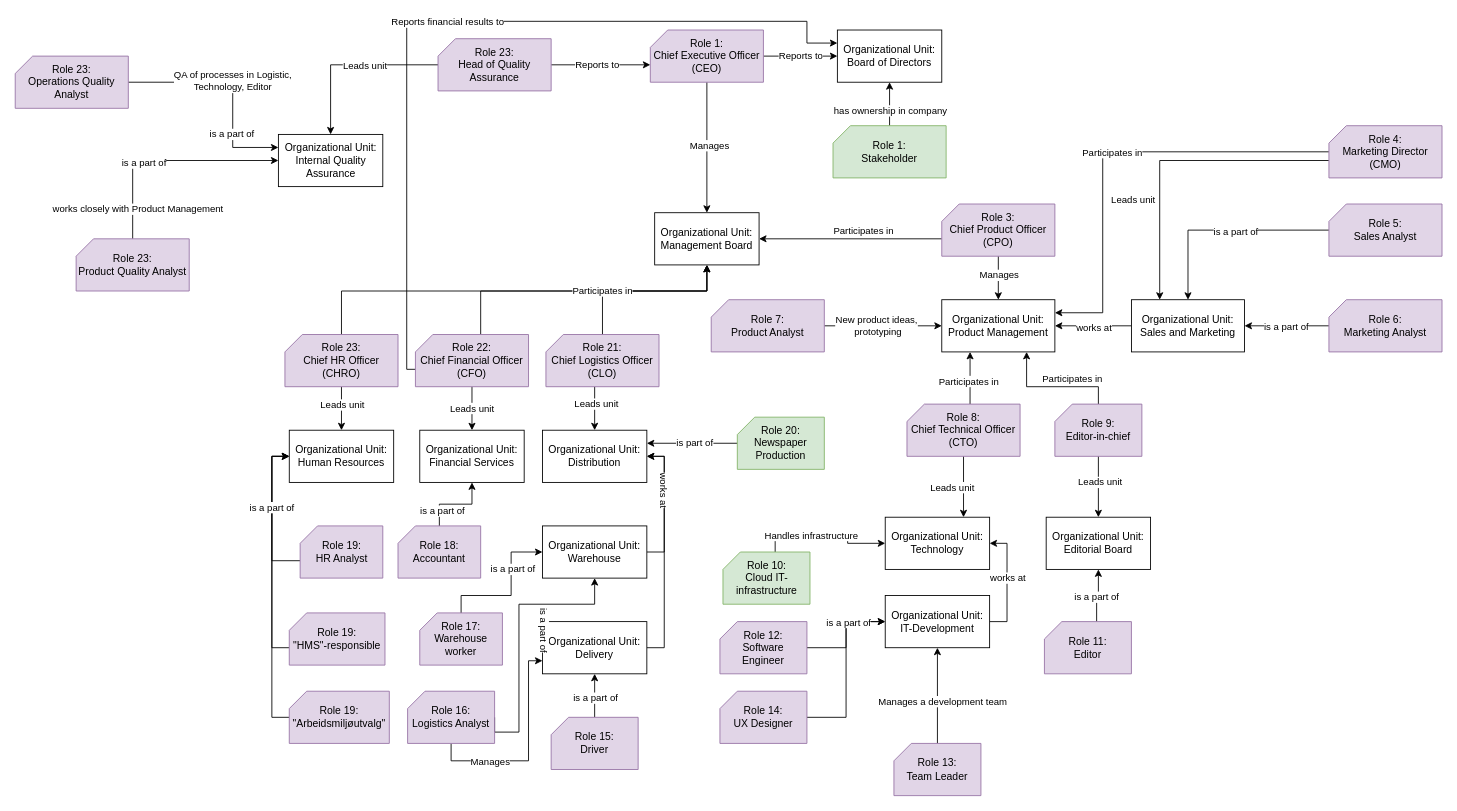
Above: TS_role_actors_models.drawio in gullskatten/TS-models-4em-archi (draw.io), before the change. Source tidied: cells renumbered, new cells numbered last; positions are measured from the earlier drawing's top-left corner, leaving out a move shared by most shapes. Both pictures are drawn from the tidied source at 87%, with x=0, y=0 at pixel (15, 21).
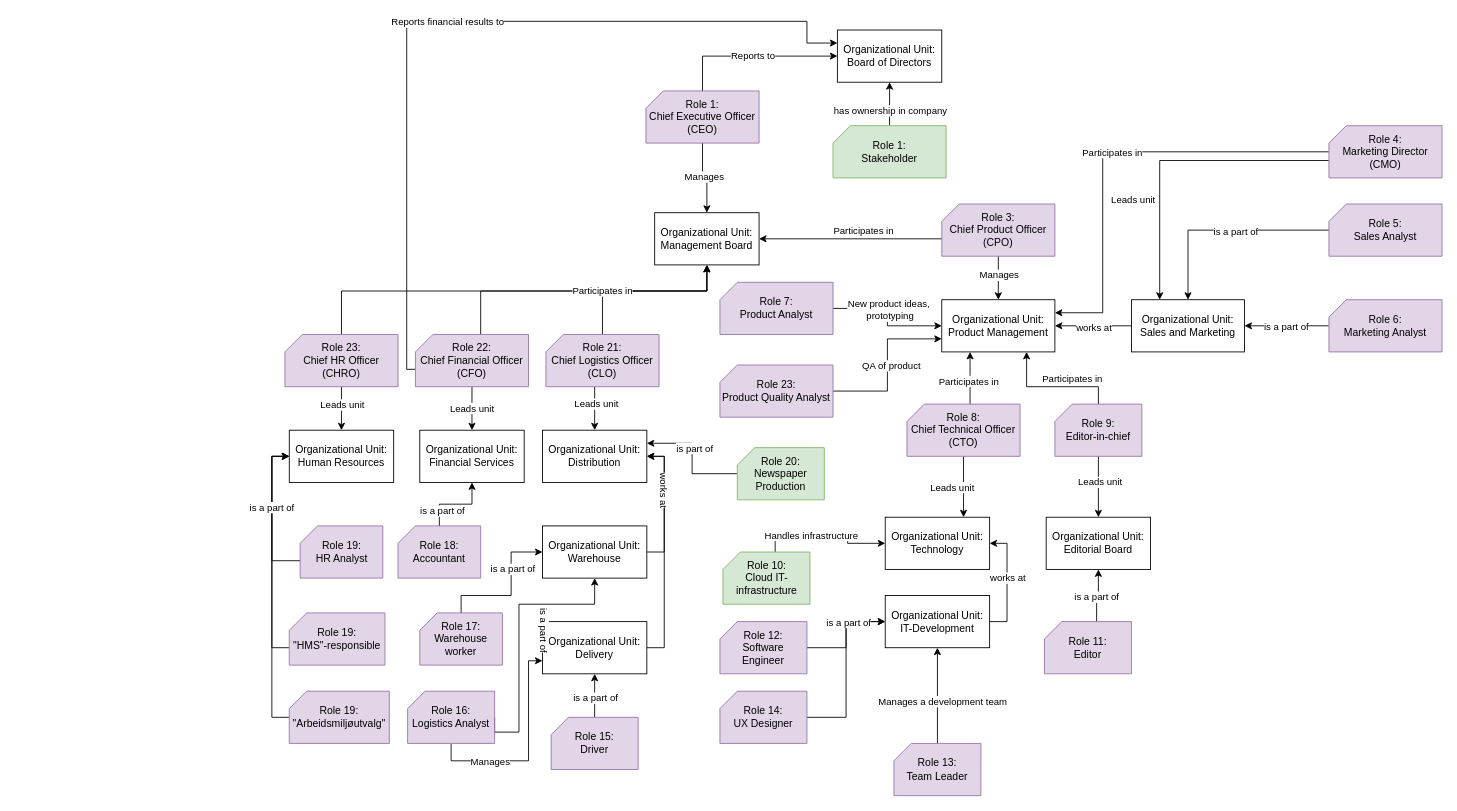
After the change.

The change refers to these unchanged cells:
```xml
<mxCell id="47" style="edgeStyle=orthogonalEdgeStyle;rounded=0;jettySize=auto;html=1;entryX=1;entryY=0.25;entryDx=0;entryDy=0;" parent="1" edge="1" source="49" target="27">
  <mxGeometry relative="1" as="geometry" />
</mxCell>
<mxCell id="61" value="Organizational Unit:&lt;br&gt;Product Management" style="rounded=0;whiteSpace=wrap;html=1;" parent="1" vertex="1">
  <mxGeometry x="1065" y="320" width="130" height="60" as="geometry" />
</mxCell>
<mxCell id="103" value="Organizational Unit:&lt;br&gt;Board of Directors" style="rounded=0;whiteSpace=wrap;html=1;" parent="1" vertex="1">
  <mxGeometry x="945" y="10" width="120" height="60" as="geometry" />
</mxCell>
```

The edit, as a diff of the source:
```diff
@@
     <mxCell id="13" value="Reports to" style="edgeStyle=orthogonalEdgeStyle;rounded=0;jettySize=auto;html=1;entryX=0;entryY=0.5;entryDx=0;entryDy=0;" parent="1" edge="1" source="14" target="103">
-      <mxGeometry relative="1" as="geometry" />
+      <mxGeometry relative="1" as="geometry">
+        <Array as="points">
+          <mxPoint x="790" y="40" />
+        </Array>
+      </mxGeometry>
     </mxCell>
     <mxCell id="14" value="Role 1:&lt;br&gt;Chief Executive Officer (CEO)" style="verticalLabelPosition=middle;verticalAlign=middle;html=1;shape=card;whiteSpace=wrap;size=20;arcSize=12;fillColor=#e1d5e7;strokeColor=#9673a6;labelPosition=center;align=center;" parent="1" vertex="1">
-      <mxGeometry x="730" y="10" width="130" height="60" as="geometry" />
+      <mxGeometry x="725" y="80" width="130" height="60" as="geometry" />
     </mxCell>
@@
     <mxCell id="48" value="is part of" style="edgeLabel;html=1;align=center;verticalAlign=middle;" parent="47" vertex="1">
       <mxGeometry x="0.23" y="-3" relative="1" as="geometry">
-        <mxPoint x="14" y="2" as="offset" />
+        <mxPoint x="-1" y="3" as="offset" />
       </mxGeometry>
     </mxCell>
     <mxCell id="49" value="Role 20:&lt;br&gt;Newspaper Production" style="verticalLabelPosition=middle;verticalAlign=middle;html=1;shape=card;whiteSpace=wrap;size=20;arcSize=12;fillColor=#d5e8d4;strokeColor=#82b366;labelPosition=center;align=center;" parent="1" vertex="1">
-      <mxGeometry x="830" y="455" width="100" height="60" as="geometry" />
+      <mxGeometry x="830" y="490" width="100" height="60" as="geometry" />
     </mxCell>
@@
     <mxCell id="64" value="Role 7:&lt;br&gt;Product Analyst" style="verticalLabelPosition=middle;verticalAlign=middle;html=1;shape=card;whiteSpace=wrap;size=20;arcSize=12;fillColor=#e1d5e7;strokeColor=#9673a6;labelPosition=center;align=center;" parent="1" vertex="1">
-      <mxGeometry x="800" y="320" width="130" height="60" as="geometry" />
+      <mxGeometry x="810" y="300" width="130" height="60" as="geometry" />
     </mxCell>
@@
-    <mxCell id="104" style="edgeStyle=orthogonalEdgeStyle;rounded=0;jettySize=auto;html=1;entryX=0;entryY=0;entryDx=0;entryDy=40;entryPerimeter=0;exitX=1;exitY=0.5;exitDx=0;exitDy=0;exitPerimeter=0;" parent="1" edge="1" source="122" target="14">
-      <mxGeometry relative="1" as="geometry" />
-    </mxCell>
-    <mxCell id="105" value="Reports to" style="edgeLabel;html=1;align=center;verticalAlign=middle;" parent="104" vertex="1">
-      <mxGeometry x="-0.09" y="1" relative="1" as="geometry" />
-    </mxCell>
-    <mxCell id="106" value="Organizational Unit:&lt;br&gt;Internal Quality Assurance" style="rounded=0;whiteSpace=wrap;html=1;" parent="1" vertex="1">
-      <mxGeometry x="302.5" y="130" width="120" height="60" as="geometry" />
-    </mxCell>
@@
-    <mxCell id="112" style="edgeStyle=orthogonalEdgeStyle;rounded=0;jettySize=auto;html=1;entryX=0;entryY=0.5;entryDx=0;entryDy=0;exitX=0.5;exitY=0;exitDx=0;exitDy=0;exitPerimeter=0;" parent="1" edge="1" source="115" target="106">
-      <mxGeometry relative="1" as="geometry">
-        <Array as="points">
-          <mxPoint x="135" y="160" />
-        </Array>
-      </mxGeometry>
-    </mxCell>
-    <mxCell id="113" value="works closely with Product Management" style="edgeLabel;html=1;align=center;verticalAlign=middle;" parent="112" vertex="1">
-      <mxGeometry x="-0.72" y="-5" relative="1" as="geometry">
-        <mxPoint y="1.2" as="offset" />
-      </mxGeometry>
-    </mxCell>
-    <mxCell id="114" value="is a part of" style="edgeLabel;html=1;align=center;verticalAlign=middle;" parent="112" vertex="1">
-      <mxGeometry x="-0.32" y="-12" relative="1" as="geometry" />
-    </mxCell>
+    <mxCell id="123" style="edgeStyle=orthogonalEdgeStyle;rounded=0;jettySize=auto;html=1;entryX=0;entryY=0.75;entryDx=0;entryDy=0;" parent="1" edge="1" source="115" target="61">
+      <mxGeometry relative="1" as="geometry" />
+    </mxCell>
+    <mxCell id="124" value="QA of product" style="edgeLabel;html=1;align=center;verticalAlign=middle;" parent="123" vertex="1">
+      <mxGeometry x="-0.01" y="-4" relative="1" as="geometry" />
+    </mxCell>
     <mxCell id="115" value="Role 23:&lt;br&gt;Product Quality Analyst" style="verticalLabelPosition=middle;verticalAlign=middle;html=1;shape=card;whiteSpace=wrap;size=20;arcSize=12;fillColor=#e1d5e7;strokeColor=#9673a6;labelPosition=center;align=center;" parent="1" vertex="1">
-      <mxGeometry x="70" y="250" width="130" height="60" as="geometry" />
+      <mxGeometry x="810" y="395" width="130" height="60" as="geometry" />
     </mxCell>
-    <mxCell id="116" style="edgeStyle=orthogonalEdgeStyle;rounded=0;jettySize=auto;html=1;entryX=0;entryY=0.25;entryDx=0;entryDy=0;exitX=1;exitY=0.5;exitDx=0;exitDy=0;exitPerimeter=0;" parent="1" edge="1" source="119" target="106">
-      <mxGeometry relative="1" as="geometry">
-        <Array as="points">
-          <mxPoint x="250" y="70" />
-          <mxPoint x="250" y="145" />
-        </Array>
-      </mxGeometry>
-    </mxCell>
-    <mxCell id="117" value="is a part of" style="edgeLabel;html=1;align=center;verticalAlign=middle;" parent="116" vertex="1">
-      <mxGeometry x="0.45" y="-2" relative="1" as="geometry" />
-    </mxCell>
-    <mxCell id="118" value="QA of processes in Logistic, &lt;br&gt;Technology, Editor" style="edgeLabel;html=1;align=center;verticalAlign=middle;" parent="116" vertex="1">
-      <mxGeometry x="-0.32" y="2" relative="1" as="geometry">
-        <mxPoint x="35.9" as="offset" />
-      </mxGeometry>
-    </mxCell>
-    <mxCell id="119" value="Role 23:&lt;br&gt;Operations Quality Analyst" style="verticalLabelPosition=middle;verticalAlign=middle;html=1;shape=card;whiteSpace=wrap;size=20;arcSize=12;fillColor=#e1d5e7;strokeColor=#9673a6;labelPosition=center;align=center;" parent="1" vertex="1">
-      <mxGeometry y="40" width="130" height="60" as="geometry" />
-    </mxCell>
-    <mxCell id="120" style="edgeStyle=orthogonalEdgeStyle;rounded=0;jettySize=auto;html=1;entryX=0.5;entryY=0;entryDx=0;entryDy=0;" parent="1" edge="1" source="122" target="106">
-      <mxGeometry relative="1" as="geometry" />
-    </mxCell>
-    <mxCell id="121" value="Leads unit" style="edgeLabel;html=1;align=center;verticalAlign=middle;" parent="120" vertex="1">
-      <mxGeometry x="-0.16" y="5" relative="1" as="geometry">
-        <mxPoint y="-5" as="offset" />
-      </mxGeometry>
-    </mxCell>
-    <mxCell id="122" value="Role 23:&lt;br&gt;Head of Quality Assurance" style="verticalLabelPosition=middle;verticalAlign=middle;html=1;shape=card;whiteSpace=wrap;size=20;arcSize=12;fillColor=#e1d5e7;strokeColor=#9673a6;labelPosition=center;align=center;" parent="1" vertex="1">
-      <mxGeometry x="486" y="20" width="130" height="60" as="geometry" />
-    </mxCell>
```
